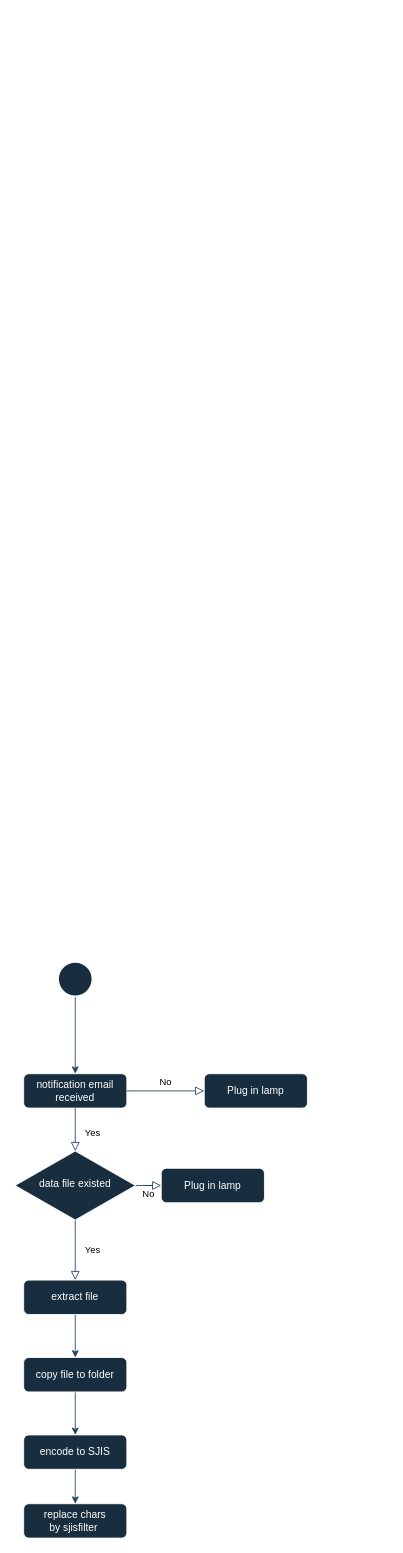
MrNastuki/MrNastuki keeps this draw.io diagram as ImportCsvData.drawio. Above is the earlier version. Source tidied: cells renumbered, new cells numbered last; positions are measured from the earlier drawing's top-left corner, leaving out a move shared by most shapes. Both pictures are drawn from the tidied source at 86%, with x=0, y=0 at pixel (15, 961).
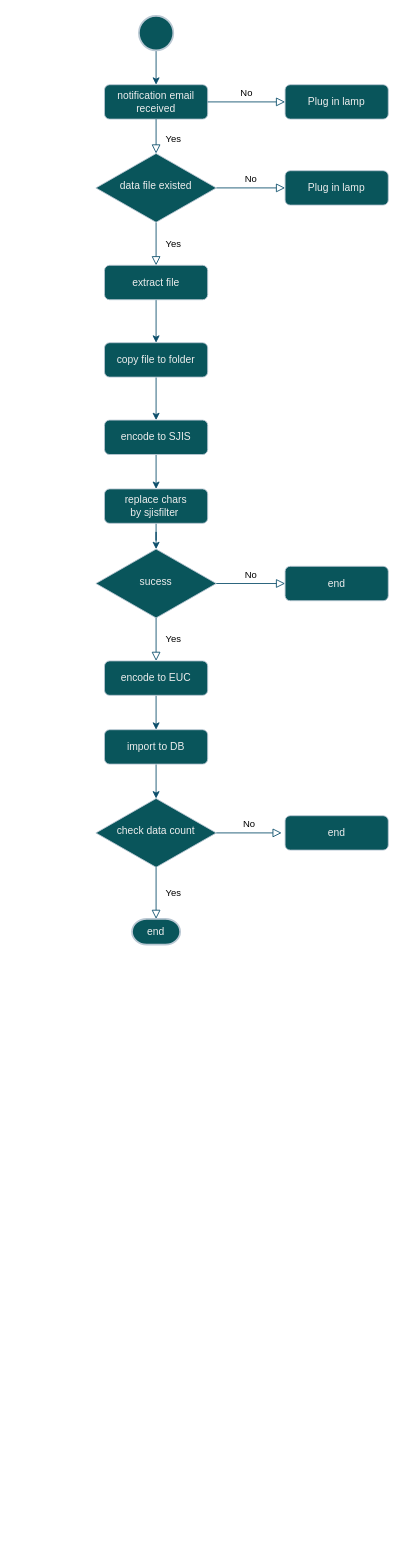
Above is the later version.

Change to the diagram source:
```diff
@@
-    <mxCell id="2" value="notification email received" style="rounded=1;whiteSpace=wrap;html=1;fontSize=12;glass=0;strokeWidth=1;shadow=0;labelBackgroundColor=none;fillColor=#182E3E;strokeColor=#FFFFFF;fontColor=#FFFFFF;" parent="1" vertex="1">
-      <mxGeometry x="10" y="130" width="120" height="40" as="geometry" />
+    <mxCell id="2" value="notification email received" style="rounded=1;whiteSpace=wrap;html=1;fontSize=12;glass=0;strokeWidth=1;shadow=0;labelBackgroundColor=none;fillColor=#09555B;strokeColor=#BAC8D3;fontColor=#EEEEEE;" parent="1" vertex="1">
+      <mxGeometry x="104" y="-1020" width="120" height="40" as="geometry" />
     </mxCell>
-    <mxCell id="3" value="Yes" style="rounded=0;html=1;jettySize=auto;fontSize=11;endArrow=block;endFill=0;endSize=8;strokeWidth=1;shadow=0;labelBackgroundColor=none;edgeStyle=orthogonalEdgeStyle;strokeColor=#23445D;fontColor=default;entryX=0.5;entryY=0;entryDx=0;entryDy=0;exitX=0.5;exitY=1;exitDx=0;exitDy=0;" parent="1" edge="1" source="5" target="8">
+    <mxCell id="3" value="Yes" style="rounded=0;html=1;jettySize=auto;fontSize=11;endArrow=block;endFill=0;endSize=8;strokeWidth=1;shadow=0;labelBackgroundColor=none;edgeStyle=orthogonalEdgeStyle;strokeColor=#0B4D6A;fontColor=default;entryX=0.5;entryY=0;entryDx=0;entryDy=0;exitX=0.5;exitY=1;exitDx=0;exitDy=0;" parent="1" edge="1" source="5" target="8">
       <mxGeometry y="20" relative="1" as="geometry" />
     </mxCell>
-    <mxCell id="4" value="No" style="edgeStyle=orthogonalEdgeStyle;rounded=0;html=1;jettySize=auto;fontSize=11;endArrow=block;endFill=0;endSize=8;strokeWidth=1;shadow=0;labelBackgroundColor=none;strokeColor=#23445D;fontColor=default;" parent="1" edge="1" source="5" target="6">
+    <mxCell id="4" value="No" style="edgeStyle=orthogonalEdgeStyle;rounded=0;html=1;jettySize=auto;fontSize=11;endArrow=block;endFill=0;endSize=8;strokeWidth=1;shadow=0;labelBackgroundColor=none;strokeColor=#0B4D6A;fontColor=default;" parent="1" edge="1" source="5" target="6">
       <mxGeometry y="10" relative="1" as="geometry" />
     </mxCell>
-    <mxCell id="5" value="data file existed" style="rhombus;whiteSpace=wrap;html=1;shadow=0;fontFamily=Helvetica;fontSize=12;align=center;strokeWidth=1;spacing=6;spacingTop=-4;labelBackgroundColor=none;fillColor=#182E3E;strokeColor=#FFFFFF;fontColor=#FFFFFF;" parent="1" vertex="1">
-      <mxGeometry y="220" width="140" height="80" as="geometry" />
+    <mxCell id="5" value="data file existed" style="rhombus;whiteSpace=wrap;html=1;shadow=0;fontFamily=Helvetica;fontSize=12;align=center;strokeWidth=1;spacing=6;spacingTop=-4;labelBackgroundColor=none;fillColor=#09555B;strokeColor=#BAC8D3;fontColor=#EEEEEE;" parent="1" vertex="1">
+      <mxGeometry x="94" y="-940" width="140" height="80" as="geometry" />
     </mxCell>
-    <mxCell id="6" value="Plug in lamp" style="rounded=1;whiteSpace=wrap;html=1;fontSize=12;glass=0;strokeWidth=1;shadow=0;labelBackgroundColor=none;fillColor=#182E3E;strokeColor=#FFFFFF;fontColor=#FFFFFF;" parent="1" vertex="1">
-      <mxGeometry x="170" y="240" width="120" height="40" as="geometry" />
+    <mxCell id="6" value="Plug in lamp" style="rounded=1;whiteSpace=wrap;html=1;fontSize=12;glass=0;strokeWidth=1;shadow=0;labelBackgroundColor=none;fillColor=#09555B;strokeColor=#BAC8D3;fontColor=#EEEEEE;" parent="1" vertex="1">
+      <mxGeometry x="314" y="-920" width="120" height="40" as="geometry" />
     </mxCell>
-    <mxCell id="7" style="edgeStyle=orthogonalEdgeStyle;rounded=0;jettySize=auto;html=1;strokeColor=#23445D;" parent="1" edge="1" source="8" target="13">
+    <mxCell id="7" style="edgeStyle=orthogonalEdgeStyle;rounded=0;jettySize=auto;html=1;strokeColor=#0B4D6A;labelBackgroundColor=none;fontColor=default;" parent="1" edge="1" source="8" target="13">
       <mxGeometry relative="1" as="geometry" />
     </mxCell>
-    <mxCell id="8" value="extract file" style="rounded=1;whiteSpace=wrap;html=1;fontSize=12;glass=0;strokeWidth=1;shadow=0;labelBackgroundColor=none;fillColor=#182E3E;strokeColor=#FFFFFF;fontColor=#FFFFFF;" parent="1" vertex="1">
-      <mxGeometry x="10" y="370" width="120" height="40" as="geometry" />
+    <mxCell id="8" value="extract file" style="rounded=1;whiteSpace=wrap;html=1;fontSize=12;glass=0;strokeWidth=1;shadow=0;labelBackgroundColor=none;fillColor=#09555B;strokeColor=#BAC8D3;fontColor=#EEEEEE;" parent="1" vertex="1">
+      <mxGeometry x="104" y="-810" width="120" height="40" as="geometry" />
     </mxCell>
-    <mxCell id="9" value="Plug in lamp" style="rounded=1;whiteSpace=wrap;html=1;fontSize=12;glass=0;strokeWidth=1;shadow=0;labelBackgroundColor=none;fillColor=#182E3E;strokeColor=#FFFFFF;fontColor=#FFFFFF;" parent="1" vertex="1">
-      <mxGeometry x="220" y="130" width="120" height="40" as="geometry" />
+    <mxCell id="9" value="Plug in lamp" style="rounded=1;whiteSpace=wrap;html=1;fontSize=12;glass=0;strokeWidth=1;shadow=0;labelBackgroundColor=none;fillColor=#09555B;strokeColor=#BAC8D3;fontColor=#EEEEEE;" parent="1" vertex="1">
+      <mxGeometry x="314" y="-1020" width="120" height="40" as="geometry" />
     </mxCell>
-    <mxCell id="10" style="edgeStyle=orthogonalEdgeStyle;rounded=0;jettySize=auto;html=1;exitX=0.5;exitY=1;exitDx=0;exitDy=0;exitPerimeter=0;strokeColor=#23445D;entryX=0.5;entryY=0;entryDx=0;entryDy=0;" parent="1" edge="1" source="11" target="2">
+    <mxCell id="10" style="edgeStyle=orthogonalEdgeStyle;rounded=0;jettySize=auto;html=1;exitX=0.5;exitY=1;exitDx=0;exitDy=0;exitPerimeter=0;strokeColor=#0B4D6A;entryX=0.5;entryY=0;entryDx=0;entryDy=0;labelBackgroundColor=none;fontColor=default;" parent="1" edge="1" source="11" target="2">
       <mxGeometry relative="1" as="geometry" />
     </mxCell>
-    <mxCell id="11" style="strokeWidth=2;html=1;shape=mxgraph.flowchart.start_2;whiteSpace=wrap;labelBackgroundColor=none;fillColor=#182E3E;strokeColor=#FFFFFF;fontColor=#FFFFFF;" parent="1" vertex="1">
-      <mxGeometry x="50" width="40" height="40" as="geometry" />
+    <mxCell id="11" style="strokeWidth=2;html=1;shape=mxgraph.flowchart.start_2;whiteSpace=wrap;labelBackgroundColor=none;fillColor=#09555B;strokeColor=#BAC8D3;fontColor=#EEEEEE;" parent="1" vertex="1">
+      <mxGeometry x="144" y="-1100" width="40" height="40" as="geometry" />
     </mxCell>
-    <mxCell id="12" style="edgeStyle=orthogonalEdgeStyle;rounded=0;jettySize=auto;html=1;strokeColor=#23445D;" parent="1" edge="1" source="13" target="17">
+    <mxCell id="12" style="edgeStyle=orthogonalEdgeStyle;rounded=0;jettySize=auto;html=1;strokeColor=#0B4D6A;labelBackgroundColor=none;fontColor=default;" parent="1" edge="1" source="13" target="17">
       <mxGeometry relative="1" as="geometry" />
     </mxCell>
-    <mxCell id="13" value="copy file to folder" style="rounded=1;whiteSpace=wrap;html=1;fontSize=12;glass=0;strokeWidth=1;shadow=0;labelBackgroundColor=none;fillColor=#182E3E;strokeColor=#FFFFFF;fontColor=#FFFFFF;" parent="1" vertex="1">
-      <mxGeometry x="10" y="460" width="120" height="40" as="geometry" />
+    <mxCell id="13" value="copy file to folder" style="rounded=1;whiteSpace=wrap;html=1;fontSize=12;glass=0;strokeWidth=1;shadow=0;labelBackgroundColor=none;fillColor=#09555B;strokeColor=#BAC8D3;fontColor=#EEEEEE;" parent="1" vertex="1">
+      <mxGeometry x="104" y="-720" width="120" height="40" as="geometry" />
     </mxCell>
-    <mxCell id="14" value="No" style="edgeStyle=orthogonalEdgeStyle;rounded=0;html=1;jettySize=auto;fontSize=11;endArrow=block;endFill=0;endSize=8;strokeWidth=1;shadow=0;labelBackgroundColor=none;strokeColor=#23445D;fontColor=default;exitX=1;exitY=0.5;exitDx=0;exitDy=0;entryX=0;entryY=0.5;entryDx=0;entryDy=0;" parent="1" edge="1" source="2" target="9">
+    <mxCell id="14" value="No" style="edgeStyle=orthogonalEdgeStyle;rounded=0;html=1;jettySize=auto;fontSize=11;endArrow=block;endFill=0;endSize=8;strokeWidth=1;shadow=0;labelBackgroundColor=none;strokeColor=#0B4D6A;fontColor=default;exitX=1;exitY=0.5;exitDx=0;exitDy=0;entryX=0;entryY=0.5;entryDx=0;entryDy=0;" parent="1" edge="1" source="2" target="9">
       <mxGeometry y="10" relative="1" as="geometry" />
     </mxCell>
-    <mxCell id="15" value="Yes" style="edgeStyle=orthogonalEdgeStyle;rounded=0;html=1;jettySize=auto;fontSize=11;endArrow=block;endFill=0;endSize=8;strokeWidth=1;shadow=0;labelBackgroundColor=none;strokeColor=#23445D;fontColor=default;exitX=0.5;exitY=1;exitDx=0;exitDy=0;entryX=0.5;entryY=0;entryDx=0;entryDy=0;" parent="1" edge="1" source="2" target="5">
+    <mxCell id="15" value="Yes" style="edgeStyle=orthogonalEdgeStyle;rounded=0;html=1;jettySize=auto;fontSize=11;endArrow=block;endFill=0;endSize=8;strokeWidth=1;shadow=0;labelBackgroundColor=none;strokeColor=#0B4D6A;fontColor=default;exitX=0.5;exitY=1;exitDx=0;exitDy=0;entryX=0.5;entryY=0;entryDx=0;entryDy=0;" parent="1" edge="1" source="2" target="5">
       <mxGeometry x="0.2" y="20" relative="1" as="geometry">
         <mxPoint y="-1" as="offset" />
       </mxGeometry>
     </mxCell>
-    <mxCell id="16" style="edgeStyle=orthogonalEdgeStyle;rounded=0;jettySize=auto;html=1;strokeColor=#23445D;" parent="1" edge="1" source="17" target="18">
+    <mxCell id="16" style="edgeStyle=orthogonalEdgeStyle;rounded=0;jettySize=auto;html=1;strokeColor=#0B4D6A;labelBackgroundColor=none;fontColor=default;" parent="1" edge="1" source="17" target="18">
       <mxGeometry relative="1" as="geometry" />
     </mxCell>
-    <mxCell id="17" value="encode to SJIS" style="rounded=1;whiteSpace=wrap;html=1;fontSize=12;glass=0;strokeWidth=1;shadow=0;labelBackgroundColor=none;fillColor=#182E3E;strokeColor=#FFFFFF;fontColor=#FFFFFF;" parent="1" vertex="1">
-      <mxGeometry x="10" y="550" width="120" height="40" as="geometry" />
+    <mxCell id="17" value="encode to SJIS" style="rounded=1;whiteSpace=wrap;html=1;fontSize=12;glass=0;strokeWidth=1;shadow=0;labelBackgroundColor=none;fillColor=#09555B;strokeColor=#BAC8D3;fontColor=#EEEEEE;" parent="1" vertex="1">
+      <mxGeometry x="104" y="-630" width="120" height="40" as="geometry" />
     </mxCell>
+    <mxCell id="19" style="edgeStyle=orthogonalEdgeStyle;rounded=0;jettySize=auto;html=1;strokeColor=#0B4D6A;labelBackgroundColor=none;fontColor=default;" parent="1" edge="1" source="18" target="20">
+      <mxGeometry relative="1" as="geometry" />
+    </mxCell>
-    <mxCell id="18" value="replace chars by&amp;nbsp;sjisfilter&amp;nbsp;" style="rounded=1;whiteSpace=wrap;html=1;fontSize=12;glass=0;strokeWidth=1;shadow=0;labelBackgroundColor=none;fillColor=#182E3E;strokeColor=#FFFFFF;fontColor=#FFFFFF;" parent="1" vertex="1">
-      <mxGeometry x="10" y="630" width="120" height="40" as="geometry" />
+    <mxCell id="18" value="replace chars by&amp;nbsp;sjisfilter&amp;nbsp;" style="rounded=1;whiteSpace=wrap;html=1;fontSize=12;glass=0;strokeWidth=1;shadow=0;labelBackgroundColor=none;fillColor=#09555B;strokeColor=#BAC8D3;fontColor=#EEEEEE;" parent="1" vertex="1">
+      <mxGeometry x="104" y="-550" width="120" height="40" as="geometry" />
     </mxCell>
+    <mxCell id="20" value="sucess" style="rhombus;whiteSpace=wrap;html=1;shadow=0;fontFamily=Helvetica;fontSize=12;align=center;strokeWidth=1;spacing=6;spacingTop=-4;labelBackgroundColor=none;fillColor=#09555B;strokeColor=#BAC8D3;fontColor=#EEEEEE;" parent="1" vertex="1">
+      <mxGeometry x="94" y="-480" width="140" height="80" as="geometry" />
+    </mxCell>
+    <mxCell id="21" style="edgeStyle=orthogonalEdgeStyle;rounded=0;jettySize=auto;html=1;strokeColor=#0B4D6A;labelBackgroundColor=none;fontColor=default;" parent="1" edge="1" source="22" target="27">
+      <mxGeometry relative="1" as="geometry" />
+    </mxCell>
+    <mxCell id="22" value="encode to EUC" style="rounded=1;whiteSpace=wrap;html=1;fontSize=12;glass=0;strokeWidth=1;shadow=0;labelBackgroundColor=none;fillColor=#09555B;strokeColor=#BAC8D3;fontColor=#EEEEEE;" parent="1" vertex="1">
+      <mxGeometry x="104" y="-350" width="120" height="40" as="geometry" />
+    </mxCell>
+    <mxCell id="23" value="end" style="rounded=1;whiteSpace=wrap;html=1;fontSize=12;glass=0;strokeWidth=1;shadow=0;labelBackgroundColor=none;fillColor=#09555B;strokeColor=#BAC8D3;fontColor=#EEEEEE;" parent="1" vertex="1">
+      <mxGeometry x="314" y="-460" width="120" height="40" as="geometry" />
+    </mxCell>
+    <mxCell id="24" value="No" style="edgeStyle=orthogonalEdgeStyle;rounded=0;html=1;jettySize=auto;fontSize=11;endArrow=block;endFill=0;endSize=8;strokeWidth=1;shadow=0;labelBackgroundColor=none;strokeColor=#0B4D6A;fontColor=default;exitX=1;exitY=0.5;exitDx=0;exitDy=0;entryX=0;entryY=0.5;entryDx=0;entryDy=0;" parent="1" edge="1" source="20" target="23">
+      <mxGeometry y="10" relative="1" as="geometry" />
+    </mxCell>
+    <mxCell id="25" value="Yes" style="rounded=0;html=1;jettySize=auto;fontSize=11;endArrow=block;endFill=0;endSize=8;strokeWidth=1;shadow=0;labelBackgroundColor=none;edgeStyle=orthogonalEdgeStyle;strokeColor=#0B4D6A;fontColor=default;entryX=0.5;entryY=0;entryDx=0;entryDy=0;exitX=0.5;exitY=1;exitDx=0;exitDy=0;" parent="1" edge="1" source="20" target="22">
+      <mxGeometry y="20" relative="1" as="geometry" />
+    </mxCell>
+    <mxCell id="26" style="edgeStyle=orthogonalEdgeStyle;rounded=0;jettySize=auto;html=1;strokeColor=#0B4D6A;labelBackgroundColor=none;fontColor=default;" parent="1" edge="1" source="27" target="28">
+      <mxGeometry relative="1" as="geometry" />
+    </mxCell>
+    <mxCell id="27" value="import to DB" style="rounded=1;whiteSpace=wrap;html=1;fontSize=12;glass=0;strokeWidth=1;shadow=0;labelBackgroundColor=none;fillColor=#09555B;strokeColor=#BAC8D3;fontColor=#EEEEEE;" parent="1" vertex="1">
+      <mxGeometry x="104" y="-270" width="120" height="40" as="geometry" />
+    </mxCell>
+    <mxCell id="28" value="check data count" style="rhombus;whiteSpace=wrap;html=1;shadow=0;fontFamily=Helvetica;fontSize=12;align=center;strokeWidth=1;spacing=6;spacingTop=-4;labelBackgroundColor=none;fillColor=#09555B;strokeColor=#BAC8D3;fontColor=#EEEEEE;" parent="1" vertex="1">
+      <mxGeometry x="94" y="-190" width="140" height="80" as="geometry" />
+    </mxCell>
+    <mxCell id="29" value="end" style="strokeWidth=2;html=1;shape=mxgraph.flowchart.terminator;whiteSpace=wrap;strokeColor=#BAC8D3;fontColor=#EEEEEE;fillColor=#09555B;labelBackgroundColor=none;" parent="1" vertex="1">
+      <mxGeometry x="136" y="-50" width="56" height="30" as="geometry" />
+    </mxCell>
+    <mxCell id="30" value="Yes" style="rounded=0;html=1;jettySize=auto;fontSize=11;endArrow=block;endFill=0;endSize=8;strokeWidth=1;shadow=0;labelBackgroundColor=none;edgeStyle=orthogonalEdgeStyle;strokeColor=#0B4D6A;fontColor=default;exitX=0.5;exitY=1;exitDx=0;exitDy=0;" parent="1" edge="1" source="28" target="29">
+      <mxGeometry y="20" relative="1" as="geometry" />
+    </mxCell>
+    <mxCell id="31" value="end" style="rounded=1;whiteSpace=wrap;html=1;fontSize=12;glass=0;strokeWidth=1;shadow=0;labelBackgroundColor=none;fillColor=#09555B;strokeColor=#BAC8D3;fontColor=#EEEEEE;" parent="1" vertex="1">
+      <mxGeometry x="314" y="-170" width="120" height="40" as="geometry" />
+    </mxCell>
+    <mxCell id="32" value="No" style="edgeStyle=orthogonalEdgeStyle;rounded=0;html=1;jettySize=auto;fontSize=11;endArrow=block;endFill=0;endSize=8;strokeWidth=1;shadow=0;labelBackgroundColor=none;strokeColor=#0B4D6A;fontColor=default;exitX=1;exitY=0.5;exitDx=0;exitDy=0;" parent="1" edge="1" source="28">
+      <mxGeometry x="-0.01" y="-10" relative="1" as="geometry">
+        <mxPoint x="310" y="-150" as="targetPoint" />
+        <mxPoint x="10" y="-10" as="offset" />
+      </mxGeometry>
+    </mxCell>
```
